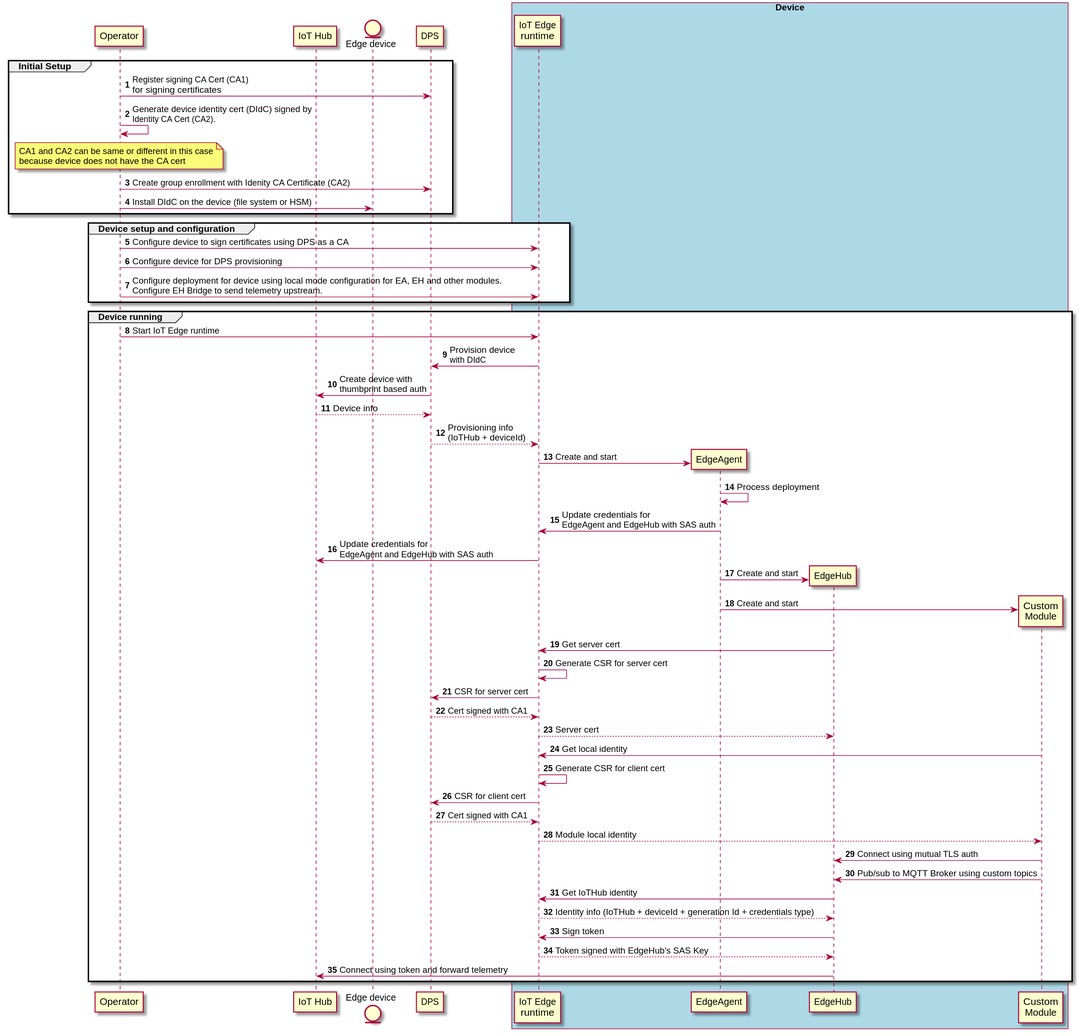
The PlantUML diagram img/device-init-dps-ca-online.svg in varunpuranik/edgev2, before a commit.
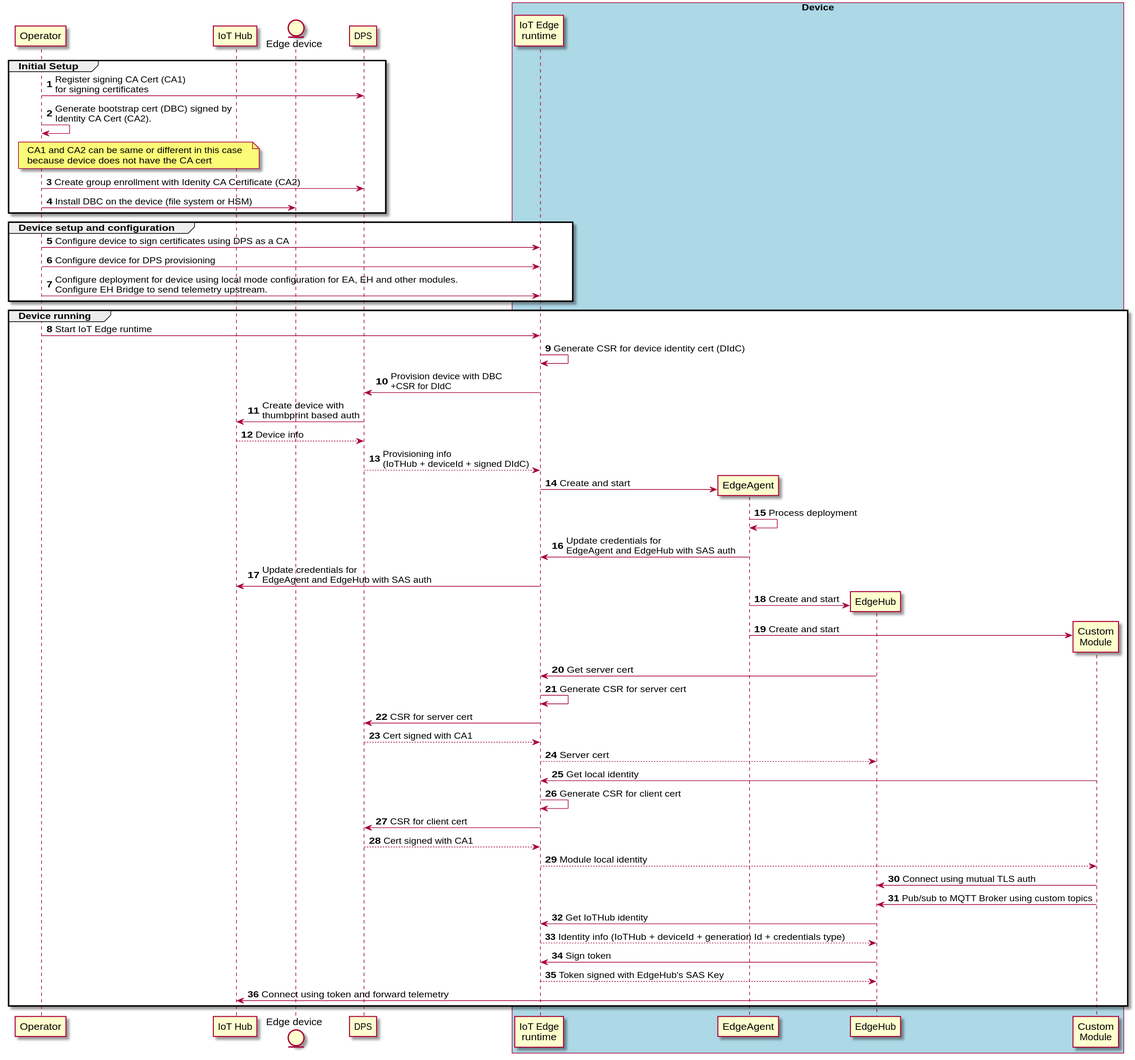
After the change.

Commit message:
Change DPS to use Bootstrap Cert

What changed in the source:
```diff
@@ -15,10 +15,10 @@
 
 group Initial Setup
 oem->dps : Register signing CA Cert (CA1)\nfor signing certificates
-oem->oem : Generate device identity cert (DIdC) signed by\nIdentity CA Cert (CA2).
-note over oem: CA1 and CA2 can be same or different in this case\nbecause device does not have the CA cert
+oem->oem : Generate bootstrap cert (DBC) signed by\nIdentity CA Cert (CA2).
+note over oem,ih: CA1 and CA2 can be same or different in this case\nbecause device does not have the CA cert
 oem->dps : Create group enrollment with Idenity CA Certificate (CA2)
-oem->device : Install DIdC on the device (file system or HSM)
+oem->device : Install DBC on the device (file system or HSM)
 end
 
 group Device setup and configuration
@@ -29,10 +29,11 @@
 
 group Device running
 oem -> ie : Start IoT Edge runtime
-ie -> dps : Provision device\nwith DIdC
+ie -> ie : Generate CSR for device identity cert (DIdC)
+ie -> dps : Provision device with DBC\n+CSR for DIdC
 dps -> ih : Create device with\nthumbprint based auth
 ih --> dps : Device info
-dps --> ie : Provisioning info\n(IoTHub + deviceId)
+dps --> ie : Provisioning info\n(IoTHub + deviceId + signed DIdC)
 
 ie -> ea ** : Create and start
 ea -> ea : Process deployment
```
